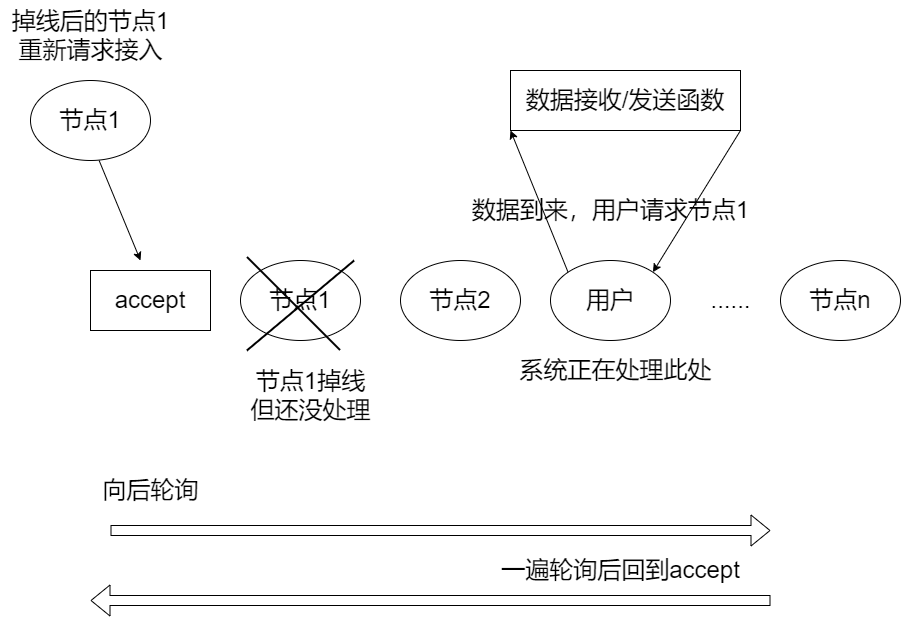
The draw.io diagram 系统流程图/轮询节点设计2.png in PDsday/graduation_file, before a commit. Source tidied: cells renumbered, new cells last; positions are measured from the earlier drawing's top-left corner, leaving out a move shared by most shapes. Source of this version:
```xml
<mxGraphModel>
  <root>
    <mxCell id="0" />
    <mxCell id="1" parent="0" />
    <mxCell id="2" value="&lt;font style=&quot;font-size: 24px;&quot;&gt;accept&lt;/font&gt;" style="rounded=0;whiteSpace=wrap;html=1;" parent="1" vertex="1">
      <mxGeometry x="90" y="270" width="120" height="60" as="geometry" />
    </mxCell>
    <mxCell id="3" value="&lt;font style=&quot;font-size: 24px;&quot;&gt;节点1&lt;/font&gt;" style="ellipse;whiteSpace=wrap;html=1;" parent="1" vertex="1">
      <mxGeometry x="240" y="260" width="120" height="80" as="geometry" />
    </mxCell>
    <mxCell id="4" value="&lt;span style=&quot;font-size: 24px;&quot;&gt;节点2&lt;/span&gt;" style="ellipse;whiteSpace=wrap;html=1;" parent="1" vertex="1">
      <mxGeometry x="400" y="260" width="120" height="80" as="geometry" />
    </mxCell>
    <mxCell id="5" value="&lt;span style=&quot;font-size: 24px;&quot;&gt;节点n&lt;/span&gt;" style="ellipse;whiteSpace=wrap;html=1;" parent="1" vertex="1">
      <mxGeometry x="780" y="260" width="120" height="80" as="geometry" />
    </mxCell>
    <mxCell id="6" value="&lt;span style=&quot;font-size: 24px;&quot;&gt;用户&lt;/span&gt;" style="ellipse;whiteSpace=wrap;html=1;" parent="1" vertex="1">
      <mxGeometry x="550" y="260" width="120" height="80" as="geometry" />
    </mxCell>
    <mxCell id="7" style="endArrow=classic;html=1;fontSize=24;entryX=0;entryY=1;entryDx=0;entryDy=0;exitX=0;exitY=0;exitDx=0;exitDy=0;" parent="1" edge="1" source="6" target="8">
      <mxGeometry relative="1" as="geometry" />
    </mxCell>
    <mxCell id="8" value="数据接收/发送函数" style="rounded=0;whiteSpace=wrap;html=1;fontSize=24;" parent="1" vertex="1">
      <mxGeometry x="510" y="70" width="230" height="60" as="geometry" />
    </mxCell>
    <mxCell id="9" style="endArrow=classic;html=1;fontSize=24;exitX=1;exitY=1;exitDx=0;exitDy=0;entryX=1;entryY=0;entryDx=0;entryDy=0;" parent="1" edge="1" source="8" target="6">
      <mxGeometry relative="1" as="geometry" />
    </mxCell>
    <mxCell id="10" value="数据到来，用户请求节点1" style="text;html=1;align=center;verticalAlign=middle;strokeColor=none;fillColor=none;fontSize=24;" parent="1" vertex="1">
      <mxGeometry x="460" y="190" width="300" height="40" as="geometry" />
    </mxCell>
    <mxCell id="11" style="shape=flexArrow;endArrow=classic;html=1;fontSize=24;" parent="1" edge="1">
      <mxGeometry relative="1" as="geometry">
        <mxPoint x="110" y="530" as="sourcePoint" />
        <mxPoint x="770" y="530" as="targetPoint" />
      </mxGeometry>
    </mxCell>
    <mxCell id="12" value="向后轮询" style="text;html=1;align=center;verticalAlign=middle;strokeColor=none;fillColor=none;fontSize=24;" parent="1" vertex="1">
      <mxGeometry x="90" y="470" width="120" height="40" as="geometry" />
    </mxCell>
    <mxCell id="13" style="shape=flexArrow;endArrow=classic;html=1;fontSize=24;" parent="1" edge="1">
      <mxGeometry relative="1" as="geometry">
        <mxPoint x="770" y="600" as="sourcePoint" />
        <mxPoint x="90" y="600" as="targetPoint" />
      </mxGeometry>
    </mxCell>
    <mxCell id="14" value="&lt;font style=&quot;font-size: 24px;&quot;&gt;一遍轮询后回到accept&lt;/font&gt;" style="text;html=1;align=center;verticalAlign=middle;strokeColor=none;fillColor=none;" parent="1" vertex="1">
      <mxGeometry x="490" y="550" width="260" height="40" as="geometry" />
    </mxCell>
    <mxCell id="15" value="系统正在处理此处" style="text;html=1;align=center;verticalAlign=middle;strokeColor=none;fillColor=none;fontSize=24;" parent="1" vertex="1">
      <mxGeometry x="505" y="350" width="220" height="40" as="geometry" />
    </mxCell>
    <mxCell id="16" style="endArrow=classic;html=1;fontSize=24;exitX=0.572;exitY=1.001;exitDx=0;exitDy=0;exitPerimeter=0;" parent="1" edge="1">
      <mxGeometry relative="1" as="geometry">
        <mxPoint x="98.6" y="160.1" as="sourcePoint" />
        <mxPoint x="140" y="260" as="targetPoint" />
      </mxGeometry>
    </mxCell>
    <mxCell id="17" value="掉线后的节点1&lt;br&gt;重新请求接入" style="text;html=1;align=center;verticalAlign=middle;strokeColor=none;fillColor=none;fontSize=24;" parent="1" vertex="1">
      <mxGeometry width="180" height="70" as="geometry" />
    </mxCell>
    <mxCell id="18" value="节点1掉线&lt;br&gt;但还没处理" style="text;html=1;align=center;verticalAlign=middle;strokeColor=none;fillColor=none;fontSize=24;" parent="1" vertex="1">
      <mxGeometry x="240" y="360" width="140" height="70" as="geometry" />
    </mxCell>
    <mxCell id="19" style="line;strokeWidth=2;html=1;fontSize=24;fillColor=#0f0f0f;rotation=-40;" parent="1" vertex="1">
      <mxGeometry x="230" y="300" width="140" height="10" as="geometry" />
    </mxCell>
    <mxCell id="20" style="line;strokeWidth=2;html=1;fontSize=24;fillColor=#0f0f0f;rotation=45;" parent="1" vertex="1">
      <mxGeometry x="227.3" y="298" width="131.5" height="10" as="geometry" />
    </mxCell>
    <mxCell id="21" value="&lt;font style=&quot;font-size: 24px;&quot;&gt;节点1&lt;/font&gt;" style="ellipse;whiteSpace=wrap;html=1;" parent="1" vertex="1">
      <mxGeometry x="30" y="80" width="120" height="80" as="geometry" />
    </mxCell>
    <mxCell id="22" value="......" style="text;html=1;align=center;verticalAlign=middle;strokeColor=none;fillColor=none;fontSize=24;" parent="1" vertex="1">
      <mxGeometry x="700" y="280" width="60" height="40" as="geometry" />
    </mxCell>
  </root>
</mxGraphModel>
```
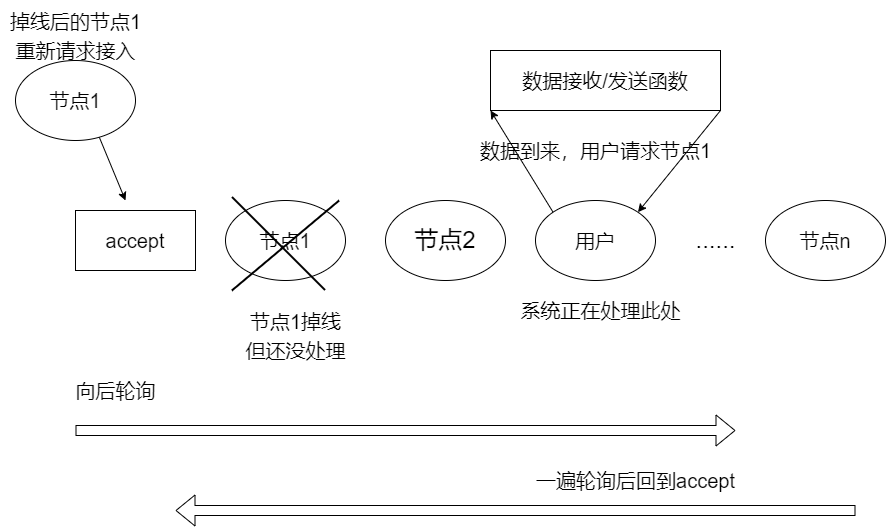
After the change.

What changed in the source:
```diff
@@ -2,53 +2,53 @@
   <root>
     <mxCell id="0" />
     <mxCell id="1" parent="0" />
-    <mxCell id="2" value="&lt;font style=&quot;font-size: 24px;&quot;&gt;accept&lt;/font&gt;" style="rounded=0;whiteSpace=wrap;html=1;" parent="1" vertex="1">
+    <mxCell id="2" value="&lt;font style=&quot;font-size: 20px;&quot;&gt;accept&lt;/font&gt;" style="rounded=0;whiteSpace=wrap;html=1;" parent="1" vertex="1">
       <mxGeometry x="90" y="270" width="120" height="60" as="geometry" />
     </mxCell>
-    <mxCell id="3" value="&lt;font style=&quot;font-size: 24px;&quot;&gt;节点1&lt;/font&gt;" style="ellipse;whiteSpace=wrap;html=1;" parent="1" vertex="1">
+    <mxCell id="3" value="&lt;font style=&quot;font-size: 20px;&quot;&gt;节点1&lt;/font&gt;" style="ellipse;whiteSpace=wrap;html=1;" parent="1" vertex="1">
       <mxGeometry x="240" y="260" width="120" height="80" as="geometry" />
     </mxCell>
     <mxCell id="4" value="&lt;span style=&quot;font-size: 24px;&quot;&gt;节点2&lt;/span&gt;" style="ellipse;whiteSpace=wrap;html=1;" parent="1" vertex="1">
       <mxGeometry x="400" y="260" width="120" height="80" as="geometry" />
     </mxCell>
-    <mxCell id="5" value="&lt;span style=&quot;font-size: 24px;&quot;&gt;节点n&lt;/span&gt;" style="ellipse;whiteSpace=wrap;html=1;" parent="1" vertex="1">
+    <mxCell id="5" value="&lt;font style=&quot;font-size: 20px;&quot;&gt;节点n&lt;/font&gt;" style="ellipse;whiteSpace=wrap;html=1;" parent="1" vertex="1">
       <mxGeometry x="780" y="260" width="120" height="80" as="geometry" />
     </mxCell>
-    <mxCell id="6" value="&lt;span style=&quot;font-size: 24px;&quot;&gt;用户&lt;/span&gt;" style="ellipse;whiteSpace=wrap;html=1;" parent="1" vertex="1">
+    <mxCell id="6" value="&lt;font style=&quot;font-size: 20px;&quot;&gt;用户&lt;/font&gt;" style="ellipse;whiteSpace=wrap;html=1;" parent="1" vertex="1">
       <mxGeometry x="550" y="260" width="120" height="80" as="geometry" />
     </mxCell>
     <mxCell id="7" style="endArrow=classic;html=1;fontSize=24;entryX=0;entryY=1;entryDx=0;entryDy=0;exitX=0;exitY=0;exitDx=0;exitDy=0;" parent="1" edge="1" source="6" target="8">
       <mxGeometry relative="1" as="geometry" />
     </mxCell>
-    <mxCell id="8" value="数据接收/发送函数" style="rounded=0;whiteSpace=wrap;html=1;fontSize=24;" parent="1" vertex="1">
-      <mxGeometry x="510" y="70" width="230" height="60" as="geometry" />
+    <mxCell id="8" value="&lt;font style=&quot;font-size: 20px;&quot;&gt;数据接收/发送函数&lt;/font&gt;" style="rounded=0;whiteSpace=wrap;html=1;fontSize=24;" parent="1" vertex="1">
+      <mxGeometry x="505" y="110" width="230" height="60" as="geometry" />
     </mxCell>
     <mxCell id="9" style="endArrow=classic;html=1;fontSize=24;exitX=1;exitY=1;exitDx=0;exitDy=0;entryX=1;entryY=0;entryDx=0;entryDy=0;" parent="1" edge="1" source="8" target="6">
       <mxGeometry relative="1" as="geometry" />
     </mxCell>
-    <mxCell id="10" value="数据到来，用户请求节点1" style="text;html=1;align=center;verticalAlign=middle;strokeColor=none;fillColor=none;fontSize=24;" parent="1" vertex="1">
-      <mxGeometry x="460" y="190" width="300" height="40" as="geometry" />
+    <mxCell id="10" value="&lt;font style=&quot;font-size: 20px;&quot;&gt;数据到来，用户请求节点1&lt;/font&gt;" style="text;html=1;align=center;verticalAlign=middle;strokeColor=none;fillColor=none;fontSize=24;" parent="1" vertex="1">
+      <mxGeometry x="485" y="190" width="250" height="40" as="geometry" />
     </mxCell>
     <mxCell id="11" style="shape=flexArrow;endArrow=classic;html=1;fontSize=24;" parent="1" edge="1">
       <mxGeometry relative="1" as="geometry">
-        <mxPoint x="110" y="530" as="sourcePoint" />
-        <mxPoint x="770" y="530" as="targetPoint" />
+        <mxPoint x="90" y="490" as="sourcePoint" />
+        <mxPoint x="750" y="490" as="targetPoint" />
       </mxGeometry>
     </mxCell>
-    <mxCell id="12" value="向后轮询" style="text;html=1;align=center;verticalAlign=middle;strokeColor=none;fillColor=none;fontSize=24;" parent="1" vertex="1">
-      <mxGeometry x="90" y="470" width="120" height="40" as="geometry" />
+    <mxCell id="12" value="&lt;font style=&quot;font-size: 20px;&quot;&gt;向后轮询&lt;/font&gt;" style="text;html=1;align=center;verticalAlign=middle;strokeColor=none;fillColor=none;fontSize=24;" parent="1" vertex="1">
+      <mxGeometry x="80" y="430" width="100" height="40" as="geometry" />
     </mxCell>
     <mxCell id="13" style="shape=flexArrow;endArrow=classic;html=1;fontSize=24;" parent="1" edge="1">
       <mxGeometry relative="1" as="geometry">
-        <mxPoint x="770" y="600" as="sourcePoint" />
-        <mxPoint x="90" y="600" as="targetPoint" />
+        <mxPoint x="870" y="570" as="sourcePoint" />
+        <mxPoint x="190" y="570" as="targetPoint" />
       </mxGeometry>
     </mxCell>
-    <mxCell id="14" value="&lt;font style=&quot;font-size: 24px;&quot;&gt;一遍轮询后回到accept&lt;/font&gt;" style="text;html=1;align=center;verticalAlign=middle;strokeColor=none;fillColor=none;" parent="1" vertex="1">
-      <mxGeometry x="490" y="550" width="260" height="40" as="geometry" />
+    <mxCell id="14" value="&lt;font style=&quot;font-size: 20px;&quot;&gt;一遍轮询后回到accept&lt;/font&gt;" style="text;html=1;align=center;verticalAlign=middle;strokeColor=none;fillColor=none;" parent="1" vertex="1">
+      <mxGeometry x="540" y="520" width="220" height="40" as="geometry" />
     </mxCell>
-    <mxCell id="15" value="系统正在处理此处" style="text;html=1;align=center;verticalAlign=middle;strokeColor=none;fillColor=none;fontSize=24;" parent="1" vertex="1">
-      <mxGeometry x="505" y="350" width="220" height="40" as="geometry" />
+    <mxCell id="15" value="&lt;font style=&quot;font-size: 20px;&quot;&gt;系统正在处理此处&lt;/font&gt;" style="text;html=1;align=center;verticalAlign=middle;strokeColor=none;fillColor=none;fontSize=24;" parent="1" vertex="1">
+      <mxGeometry x="525" y="350" width="180" height="40" as="geometry" />
     </mxCell>
     <mxCell id="16" style="endArrow=classic;html=1;fontSize=24;exitX=0.572;exitY=1.001;exitDx=0;exitDy=0;exitPerimeter=0;" parent="1" edge="1">
       <mxGeometry relative="1" as="geometry">
@@ -56,11 +56,11 @@
         <mxPoint x="140" y="260" as="targetPoint" />
       </mxGeometry>
     </mxCell>
-    <mxCell id="17" value="掉线后的节点1&lt;br&gt;重新请求接入" style="text;html=1;align=center;verticalAlign=middle;strokeColor=none;fillColor=none;fontSize=24;" parent="1" vertex="1">
-      <mxGeometry width="180" height="70" as="geometry" />
+    <mxCell id="17" value="&lt;font style=&quot;font-size: 20px;&quot;&gt;掉线后的节点1&lt;br&gt;重新请求接入&lt;/font&gt;" style="text;html=1;align=center;verticalAlign=middle;strokeColor=none;fillColor=none;fontSize=24;" parent="1" vertex="1">
+      <mxGeometry x="15" y="60" width="150" height="70" as="geometry" />
     </mxCell>
-    <mxCell id="18" value="节点1掉线&lt;br&gt;但还没处理" style="text;html=1;align=center;verticalAlign=middle;strokeColor=none;fillColor=none;fontSize=24;" parent="1" vertex="1">
-      <mxGeometry x="240" y="360" width="140" height="70" as="geometry" />
+    <mxCell id="18" value="&lt;font style=&quot;font-size: 20px;&quot;&gt;节点1掉线&lt;br&gt;但还没处理&lt;/font&gt;" style="text;html=1;align=center;verticalAlign=middle;strokeColor=none;fillColor=none;fontSize=24;" parent="1" vertex="1">
+      <mxGeometry x="250" y="360" width="120" height="70" as="geometry" />
     </mxCell>
     <mxCell id="19" style="line;strokeWidth=2;html=1;fontSize=24;fillColor=#0f0f0f;rotation=-40;" parent="1" vertex="1">
       <mxGeometry x="230" y="300" width="140" height="10" as="geometry" />
@@ -68,8 +68,8 @@
     <mxCell id="20" style="line;strokeWidth=2;html=1;fontSize=24;fillColor=#0f0f0f;rotation=45;" parent="1" vertex="1">
       <mxGeometry x="227.3" y="298" width="131.5" height="10" as="geometry" />
     </mxCell>
-    <mxCell id="21" value="&lt;font style=&quot;font-size: 24px;&quot;&gt;节点1&lt;/font&gt;" style="ellipse;whiteSpace=wrap;html=1;" parent="1" vertex="1">
-      <mxGeometry x="30" y="80" width="120" height="80" as="geometry" />
+    <mxCell id="21" value="&lt;font style=&quot;font-size: 20px;&quot;&gt;节点1&lt;/font&gt;" style="ellipse;whiteSpace=wrap;html=1;" parent="1" vertex="1">
+      <mxGeometry x="30" y="120" width="120" height="80" as="geometry" />
     </mxCell>
     <mxCell id="22" value="......" style="text;html=1;align=center;verticalAlign=middle;strokeColor=none;fillColor=none;fontSize=24;" parent="1" vertex="1">
       <mxGeometry x="700" y="280" width="60" height="40" as="geometry" />
```
